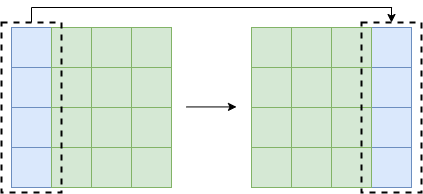
Above: thesis/ch3/移位示意图.drawio.png in guxdong/imgrepo (draw.io), before the change. Source tidied: cells renumbered, new cells last; positions are measured from the earlier drawing's top-left corner, leaving out a move shared by most shapes.
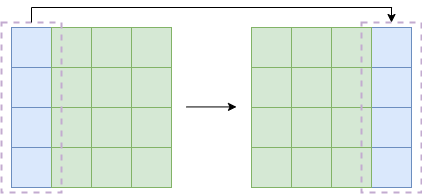
The same file after the commit.

Commit message:
更新移位示意图.drawio.png

Change to the diagram source:
```diff
@@ -104,10 +104,10 @@
         <mxPoint x="235" y="99.4" as="targetPoint" />
       </mxGeometry>
     </mxCell>
-    <mxCell id="35" style="rounded=0;whiteSpace=wrap;html=1;fillColor=none;dashed=1;strokeWidth=2;strokeColor=#000000;" parent="1" vertex="1">
+    <mxCell id="35" style="rounded=0;whiteSpace=wrap;html=1;fillColor=none;dashed=1;strokeWidth=2;strokeColor=#C3ABD0;" parent="1" vertex="1">
       <mxGeometry y="15" width="60" height="170" as="geometry" />
     </mxCell>
-    <mxCell id="36" style="rounded=0;whiteSpace=wrap;html=1;fillColor=none;dashed=1;strokeWidth=2;strokeColor=#000000;" parent="1" vertex="1">
+    <mxCell id="36" style="rounded=0;whiteSpace=wrap;html=1;fillColor=none;dashed=1;strokeWidth=2;strokeColor=#C3ABD0;" parent="1" vertex="1">
       <mxGeometry x="360" y="15" width="60" height="170" as="geometry" />
     </mxCell>
     <mxCell id="37" style="endArrow=none;html=1;rounded=0;entryX=0.5;entryY=0;entryDx=0;entryDy=0;" parent="1" edge="1" target="35">
```
